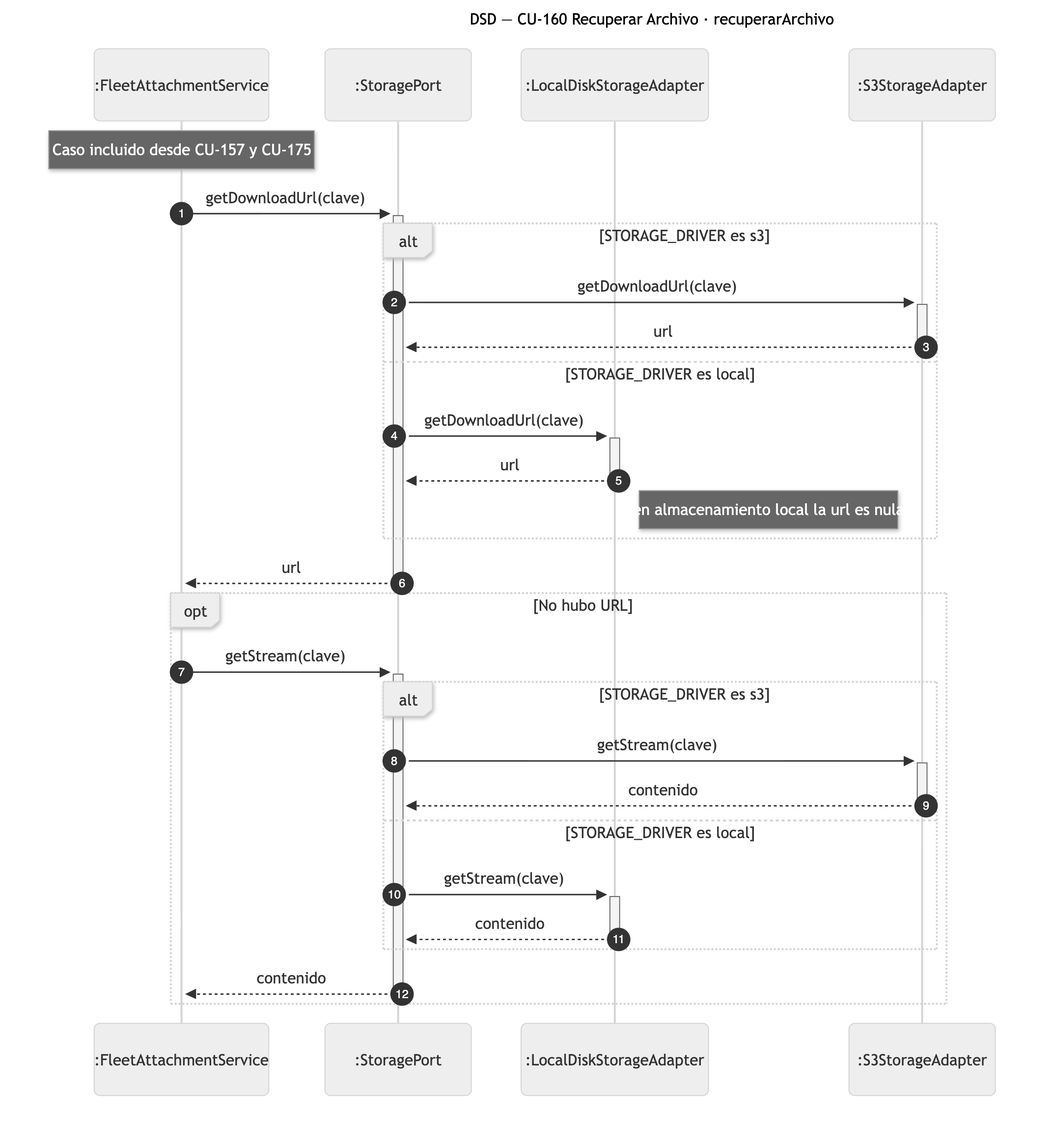
Before: diagramas/png/DSD_CU-160_recuperarArchivo.png, a diagram exported from Mermaid (Nahuelito-Dev/splg-docs). Its source is kept beside it as diagramas/DSD_CU-160_recuperarArchivo.mmd. Source of this version:
```mermaid
sequenceDiagram
    title DSD — CU-160 Recuperar Archivo · recuperarArchivo
    autonumber
    participant SRV as :FleetAttachmentService
    participant STO as :StoragePort
    participant LOC as :LocalDiskStorageAdapter
    participant S3A as :S3StorageAdapter

    Note over SRV: Caso incluido desde CU-157 y CU-175
    SRV->>+STO: getDownloadUrl(clave)
    alt STORAGE_DRIVER es s3
        STO->>+S3A: getDownloadUrl(clave)
        S3A-->>-STO: url
    else STORAGE_DRIVER es local
        STO->>+LOC: getDownloadUrl(clave)
        LOC-->>-STO: url
        Note right of LOC: en almacenamiento local la url es nula
    end
    STO-->>-SRV: url
    opt No hubo URL
        SRV->>+STO: getStream(clave)
        alt STORAGE_DRIVER es s3
            STO->>+S3A: getStream(clave)
            S3A-->>-STO: contenido
        else STORAGE_DRIVER es local
            STO->>+LOC: getStream(clave)
            LOC-->>-STO: contenido
        end
        STO-->>-SRV: contenido
    end
```
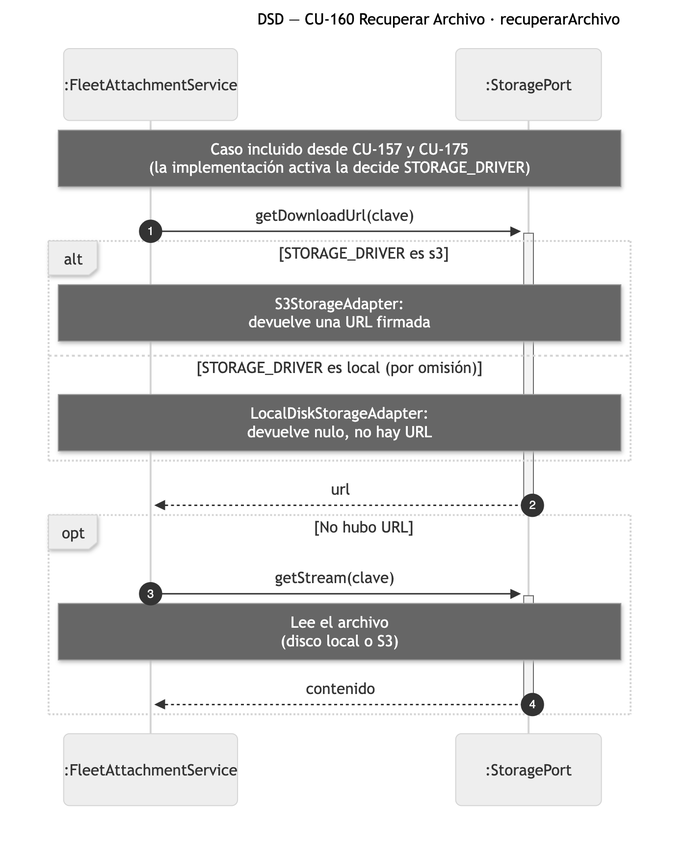
The same file after the commit.

Diff of the diagram source:
```diff
@@ -1,30 +1,20 @@
+%%{init: {"sequence": {"actorMargin": 190}}}%%
 sequenceDiagram
     title DSD — CU-160 Recuperar Archivo · recuperarArchivo
     autonumber
     participant SRV as :FleetAttachmentService
     participant STO as :StoragePort
-    participant LOC as :LocalDiskStorageAdapter
-    participant S3A as :S3StorageAdapter
 
-    Note over SRV: Caso incluido desde CU-157 y CU-175
+    Note over SRV,STO: Caso incluido desde CU-157 y CU-175<br/>(la implementación activa la decide STORAGE_DRIVER)
     SRV->>+STO: getDownloadUrl(clave)
     alt STORAGE_DRIVER es s3
-        STO->>+S3A: getDownloadUrl(clave)
-        S3A-->>-STO: url
-    else STORAGE_DRIVER es local
-        STO->>+LOC: getDownloadUrl(clave)
-        LOC-->>-STO: url
-        Note right of LOC: en almacenamiento local la url es nula
+        Note over SRV,STO: S3StorageAdapter:<br/>devuelve una URL firmada
+    else STORAGE_DRIVER es local (por omisión)
+        Note over SRV,STO: LocalDiskStorageAdapter:<br/>devuelve nulo, no hay URL
     end
     STO-->>-SRV: url
     opt No hubo URL
         SRV->>+STO: getStream(clave)
-        alt STORAGE_DRIVER es s3
-            STO->>+S3A: getStream(clave)
-            S3A-->>-STO: contenido
-        else STORAGE_DRIVER es local
-            STO->>+LOC: getStream(clave)
-            LOC-->>-STO: contenido
-        end
+        Note over SRV,STO: Lee el archivo<br/>(disco local o S3)
         STO-->>-SRV: contenido
     end
```
